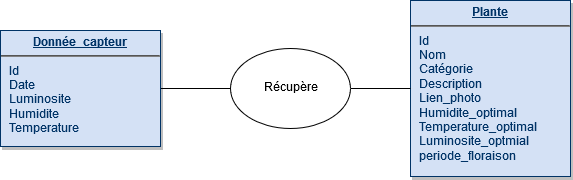
This is BDD/MCD.png from StevenD33/Plante_Connecte, a draw.io export, as it was before one commit. Source tidied: cells renumbered, new cells last; positions are measured from the earlier drawing's top-left corner, leaving out a move shared by most shapes.
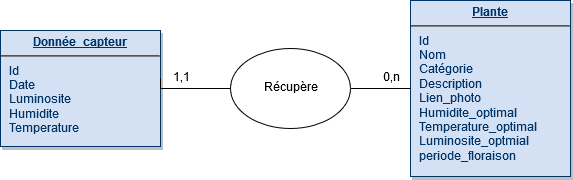
The same file after the commit.

Diff of the diagram source:
```diff
@@ -5,8 +5,10 @@
     <mxCell id="2" value="&lt;p style=&quot;margin: 0px ; margin-top: 4px ; text-align: center ; text-decoration: underline&quot;&gt;&lt;strong&gt;Plante&lt;br&gt;&lt;/strong&gt;&lt;/p&gt;&lt;hr&gt;&lt;p style=&quot;margin: 0px ; margin-left: 8px&quot;&gt;Id&lt;br&gt;&lt;/p&gt;&lt;p style=&quot;margin: 0px ; margin-left: 8px&quot;&gt;Nom&lt;br&gt;&lt;/p&gt;&lt;p style=&quot;margin: 0px ; margin-left: 8px&quot;&gt;Catégorie&lt;br&gt;&lt;/p&gt;&lt;p style=&quot;margin: 0px ; margin-left: 8px&quot;&gt;Description&lt;/p&gt;&lt;p style=&quot;margin: 0px ; margin-left: 8px&quot;&gt;Lien_photo&lt;br&gt;&lt;/p&gt;&lt;p style=&quot;margin: 0px ; margin-left: 8px&quot;&gt;Humidite_optimal&lt;br&gt;&lt;/p&gt;&lt;p style=&quot;margin: 0px ; margin-left: 8px&quot;&gt;Temperature_optimal&lt;br&gt;&lt;/p&gt;&lt;p style=&quot;margin: 0px ; margin-left: 8px&quot;&gt;Luminosite_optmial&lt;br&gt;&lt;/p&gt;&lt;p style=&quot;margin: 0px ; margin-left: 8px&quot;&gt;periode_floraison&lt;br&gt;&lt;/p&gt;" style="verticalAlign=top;align=left;overflow=fill;fontSize=12;fontFamily=Helvetica;html=1;strokeColor=#003366;shadow=1;fillColor=#D4E1F5;fontColor=#003366;" parent="1" vertex="1">
       <mxGeometry x="410" width="160" height="176" as="geometry" />
     </mxCell>
-    <mxCell id="3" style="endArrow=none;html=1;entryX=0;entryY=0.5;entryDx=0;entryDy=0;exitX=1;exitY=0.5;exitDx=0;exitDy=0;" parent="1" edge="1" source="4" target="2">
-      <mxGeometry relative="1" as="geometry" />
+    <mxCell id="3" style="endArrow=none;html=1;entryX=0;entryY=0.5;entryDx=0;entryDy=0;" parent="1" edge="1" target="2">
+      <mxGeometry relative="1" as="geometry">
+        <mxPoint x="160" y="88" as="sourcePoint" />
+      </mxGeometry>
     </mxCell>
     <mxCell id="4" value="&lt;p style=&quot;margin: 0px ; margin-top: 4px ; text-align: center ; text-decoration: underline&quot;&gt;&lt;strong&gt;Donnée_capteur&lt;br&gt;&lt;/strong&gt;&lt;/p&gt;&lt;hr&gt;&lt;p style=&quot;margin: 0px ; margin-left: 8px&quot;&gt;Id&lt;br&gt;&lt;/p&gt;&lt;p style=&quot;margin: 0px ; margin-left: 8px&quot;&gt;Date&lt;br&gt;&lt;/p&gt;&lt;p style=&quot;margin: 0px ; margin-left: 8px&quot;&gt;Luminosite&lt;br&gt;&lt;/p&gt;&lt;p style=&quot;margin: 0px ; margin-left: 8px&quot;&gt;Humidite&lt;br&gt;&lt;/p&gt;&lt;p style=&quot;margin: 0px ; margin-left: 8px&quot;&gt;Temperature&lt;br&gt;&lt;/p&gt;" style="verticalAlign=top;align=left;overflow=fill;fontSize=12;fontFamily=Helvetica;html=1;strokeColor=#003366;shadow=1;fillColor=#D4E1F5;fontColor=#003366;" parent="1" vertex="1">
       <mxGeometry y="30" width="160" height="116" as="geometry" />
@@ -14,5 +16,14 @@
     <mxCell id="5" value="Récupère" style="ellipse;whiteSpace=wrap;html=1;" parent="1" vertex="1">
       <mxGeometry x="230" y="48" width="120" height="80" as="geometry" />
     </mxCell>
+    <mxCell id="6" value="0,n" style="text;html=1;strokeColor=none;fillColor=none;align=center;verticalAlign=middle;whiteSpace=wrap;rounded=0;" parent="1" vertex="1">
+      <mxGeometry x="370" y="68" width="40" height="20" as="geometry" />
+    </mxCell>
+    <mxCell id="7" value="1,1" style="text;html=1;strokeColor=none;fillColor=none;align=center;verticalAlign=middle;whiteSpace=wrap;rounded=0;" parent="1" vertex="1">
+      <mxGeometry x="160" y="64" width="40" height="28" as="geometry" />
+    </mxCell>
+    <mxCell id="8" style="endArrow=none;html=1;entryX=0;entryY=0.5;entryDx=0;entryDy=0;exitX=1;exitY=0.5;exitDx=0;exitDy=0;" parent="1" edge="1" source="4" target="7">
+      <mxGeometry relative="1" as="geometry" />
+    </mxCell>
   </root>
 </mxGraphModel>
```
